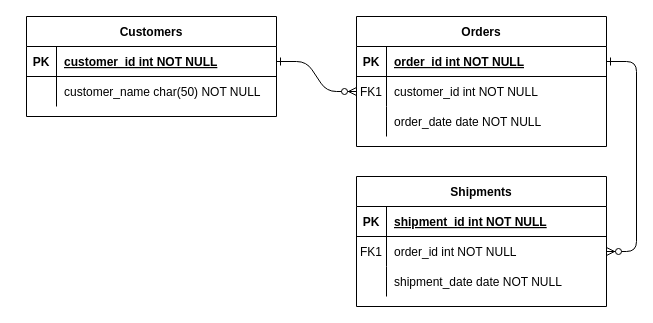
rizkyashari/sql-sample keeps this draw.io diagram as case2.drawio. Above is the earlier version. Source tidied: cells renumbered, new cells numbered last; positions are measured from the earlier drawing's top-left corner, leaving out a move shared by most shapes. Both pictures are drawn from the tidied source at 100%, with x=0, y=0 at pixel (26, 16).
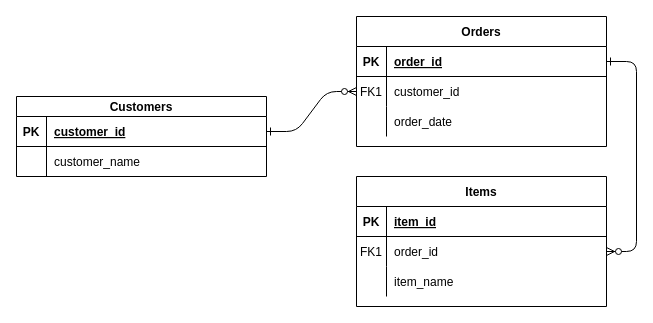
Above is the later version.

The change refers to these unchanged cells:
```xml
<mxCell id="5" style="shape=partialRectangle;fillColor=none;points=[[0,0.5],[1,0.5]];portConstraint=eastwest;top=0;left=0;right=0;bottom=1;" parent="4" vertex="1">
  <mxGeometry y="30" width="250" height="30" as="geometry" />
</mxCell>
<mxCell id="8" style="shape=partialRectangle;fillColor=none;points=[[0,0.5],[1,0.5]];portConstraint=eastwest;top=0;left=0;right=0;bottom=0;" parent="4" vertex="1">
  <mxGeometry y="60" width="250" height="30" as="geometry" />
</mxCell>
<mxCell id="11" style="shape=partialRectangle;fillColor=none;top=0;left=0;right=0;bottom=0;" parent="4" vertex="1">
  <mxGeometry y="90" width="250" height="30" as="geometry" />
</mxCell>
<mxCell id="15" style="shape=partialRectangle;fillColor=none;top=0;left=0;right=0;bottom=1;" parent="14" vertex="1">
  <mxGeometry y="30" width="250" height="30" as="geometry" />
</mxCell>
<mxCell id="18" style="shape=partialRectangle;fillColor=none;points=[[0,0.5],[1,0.5]];portConstraint=eastwest;top=0;left=0;right=0;bottom=0;" parent="14" vertex="1">
  <mxGeometry y="60" width="250" height="30" as="geometry" />
</mxCell>
<mxCell id="21" style="shape=partialRectangle;fillColor=none;top=0;left=0;right=0;bottom=0;" parent="14" vertex="1">
  <mxGeometry y="90" width="250" height="30" as="geometry" />
</mxCell>
```

What changed in the source:
```diff
@@
-    <mxCell id="7" value="order_id int NOT NULL " style="shape=partialRectangle;overflow=hidden;fillColor=none;top=0;left=0;bottom=0;right=0;align=left;spacingLeft=6;fontStyle=5;" parent="5" vertex="1">
+    <mxCell id="7" value="order_id" style="shape=partialRectangle;overflow=hidden;fillColor=none;top=0;left=0;bottom=0;right=0;align=left;spacingLeft=6;fontStyle=5;" parent="5" vertex="1">
       <mxGeometry x="30" width="220" height="30" as="geometry" />
     </mxCell>
@@
-    <mxCell id="10" value="customer_id int NOT NULL" style="shape=partialRectangle;overflow=hidden;fillColor=none;top=0;left=0;bottom=0;right=0;align=left;spacingLeft=6;" parent="8" vertex="1">
+    <mxCell id="10" value="customer_id" style="shape=partialRectangle;overflow=hidden;fillColor=none;top=0;left=0;bottom=0;right=0;align=left;spacingLeft=6;" parent="8" vertex="1">
       <mxGeometry x="30" width="220" height="30" as="geometry" />
     </mxCell>
@@
-    <mxCell id="13" value="order_date date NOT NULL" style="shape=partialRectangle;overflow=hidden;fillColor=none;top=0;left=0;bottom=0;right=0;align=left;spacingLeft=6;" parent="11" vertex="1">
+    <mxCell id="13" value="order_date" style="shape=partialRectangle;overflow=hidden;fillColor=none;top=0;left=0;bottom=0;right=0;align=left;spacingLeft=6;" parent="11" vertex="1">
       <mxGeometry x="30" width="220" height="30" as="geometry" />
     </mxCell>
-    <mxCell id="14" value="Shipments" style="shape=table;startSize=30;childLayout=tableLayout;rowLines=0;fontStyle=1;align=center;" parent="1" vertex="1">
+    <mxCell id="14" value="Items" style="shape=table;startSize=30;childLayout=tableLayout;rowLines=0;fontStyle=1;align=center;" parent="1" vertex="1">
       <mxGeometry x="330" y="160" width="250" height="130" as="geometry" />
     </mxCell>
@@
-    <mxCell id="17" value="shipment_id int NOT NULL " style="shape=partialRectangle;overflow=hidden;fillColor=none;top=0;left=0;bottom=0;right=0;align=left;spacingLeft=6;fontStyle=5;" parent="15" vertex="1">
+    <mxCell id="17" value="item_id" style="shape=partialRectangle;overflow=hidden;fillColor=none;top=0;left=0;bottom=0;right=0;align=left;spacingLeft=6;fontStyle=5;" parent="15" vertex="1">
       <mxGeometry x="30" width="220" height="30" as="geometry" />
     </mxCell>
@@
-    <mxCell id="20" value="order_id int NOT NULL" style="shape=partialRectangle;overflow=hidden;fillColor=none;top=0;left=0;bottom=0;right=0;align=left;spacingLeft=6;" parent="18" vertex="1">
+    <mxCell id="20" value="order_id" style="shape=partialRectangle;overflow=hidden;fillColor=none;top=0;left=0;bottom=0;right=0;align=left;spacingLeft=6;" parent="18" vertex="1">
       <mxGeometry x="30" width="220" height="30" as="geometry" />
     </mxCell>
@@
-    <mxCell id="23" value="shipment_date date NOT NULL" style="shape=partialRectangle;overflow=hidden;fillColor=none;top=0;left=0;bottom=0;right=0;align=left;spacingLeft=6;" parent="21" vertex="1">
+    <mxCell id="23" value="item_name" style="shape=partialRectangle;overflow=hidden;fillColor=none;top=0;left=0;bottom=0;right=0;align=left;spacingLeft=6;" parent="21" vertex="1">
       <mxGeometry x="30" width="220" height="30" as="geometry" />
     </mxCell>
-    <mxCell id="24" value="Customers" style="shape=table;startSize=30;childLayout=tableLayout;rowLines=0;fontStyle=1;align=center;" parent="1" vertex="1">
-      <mxGeometry width="250" height="100" as="geometry" />
+    <mxCell id="24" value="Customers" style="shape=table;startSize=20;childLayout=tableLayout;rowLines=0;fontStyle=1;align=center;" parent="1" vertex="1">
+      <mxGeometry x="-10" y="80" width="250" height="80" as="geometry" />
     </mxCell>
     <mxCell id="25" style="shape=partialRectangle;fillColor=none;points=[[0,0.5],[1,0.5]];portConstraint=eastwest;top=0;left=0;right=0;bottom=1;" parent="24" vertex="1">
-      <mxGeometry y="30" width="250" height="30" as="geometry" />
+      <mxGeometry y="20" width="250" height="30" as="geometry" />
     </mxCell>
@@
-    <mxCell id="27" value="customer_id int NOT NULL " style="shape=partialRectangle;overflow=hidden;fillColor=none;top=0;left=0;bottom=0;right=0;align=left;spacingLeft=6;fontStyle=5;" parent="25" vertex="1">
+    <mxCell id="27" value="customer_id" style="shape=partialRectangle;overflow=hidden;fillColor=none;top=0;left=0;bottom=0;right=0;align=left;spacingLeft=6;fontStyle=5;" parent="25" vertex="1">
       <mxGeometry x="30" width="220" height="30" as="geometry" />
     </mxCell>
     <mxCell id="28" style="shape=partialRectangle;fillColor=none;top=0;left=0;right=0;bottom=0;" parent="24" vertex="1">
-      <mxGeometry y="60" width="250" height="30" as="geometry" />
+      <mxGeometry y="50" width="250" height="30" as="geometry" />
     </mxCell>
@@
-    <mxCell id="30" value="customer_name char(50) NOT NULL" style="shape=partialRectangle;overflow=hidden;fillColor=none;top=0;left=0;bottom=0;right=0;align=left;spacingLeft=6;" parent="28" vertex="1">
+    <mxCell id="30" value="customer_name" style="shape=partialRectangle;overflow=hidden;fillColor=none;top=0;left=0;bottom=0;right=0;align=left;spacingLeft=6;" parent="28" vertex="1">
       <mxGeometry x="30" width="220" height="30" as="geometry" />
     </mxCell>
```
